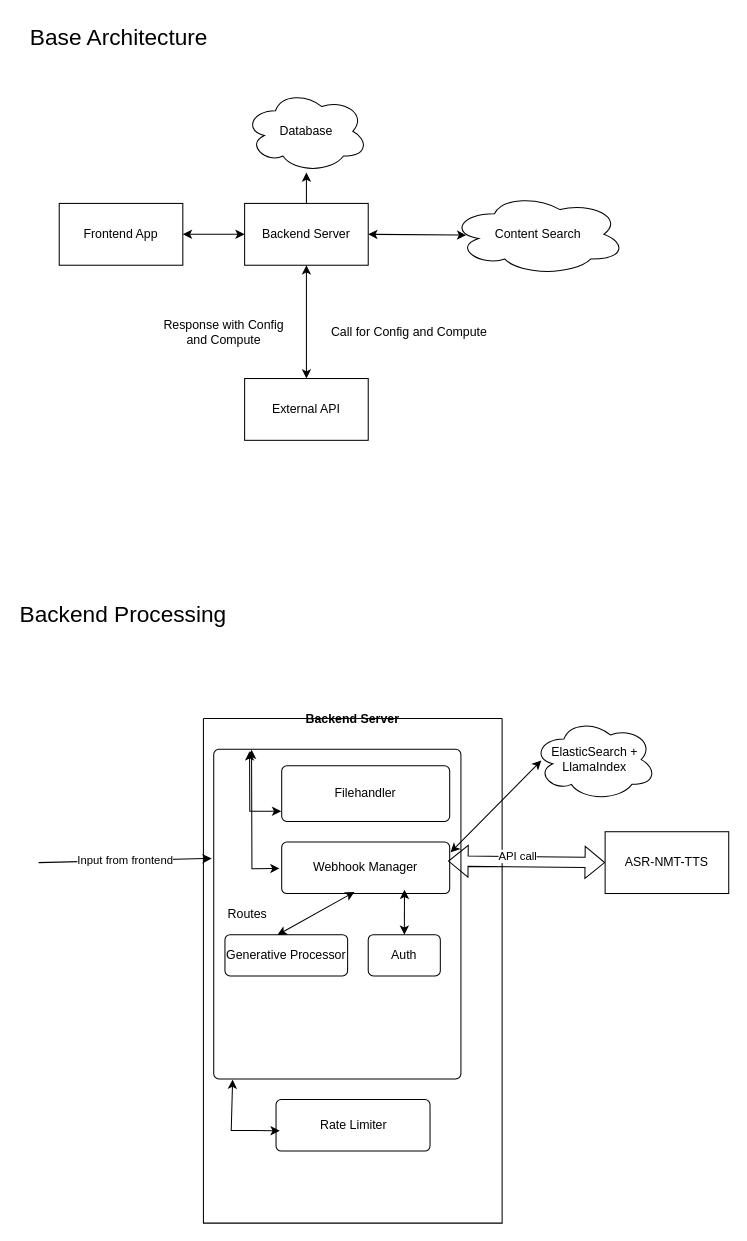
Earlier version of the draw.io diagram System Architecture.drawio (Paas-ai/Counsel). Source tidied: cells renumbered, new cells numbered last; positions are measured from the earlier drawing's top-left corner, leaving out a move shared by most shapes. Both pictures are drawn from the tidied source at 103%, with x=0, y=0 at pixel (18, 18).
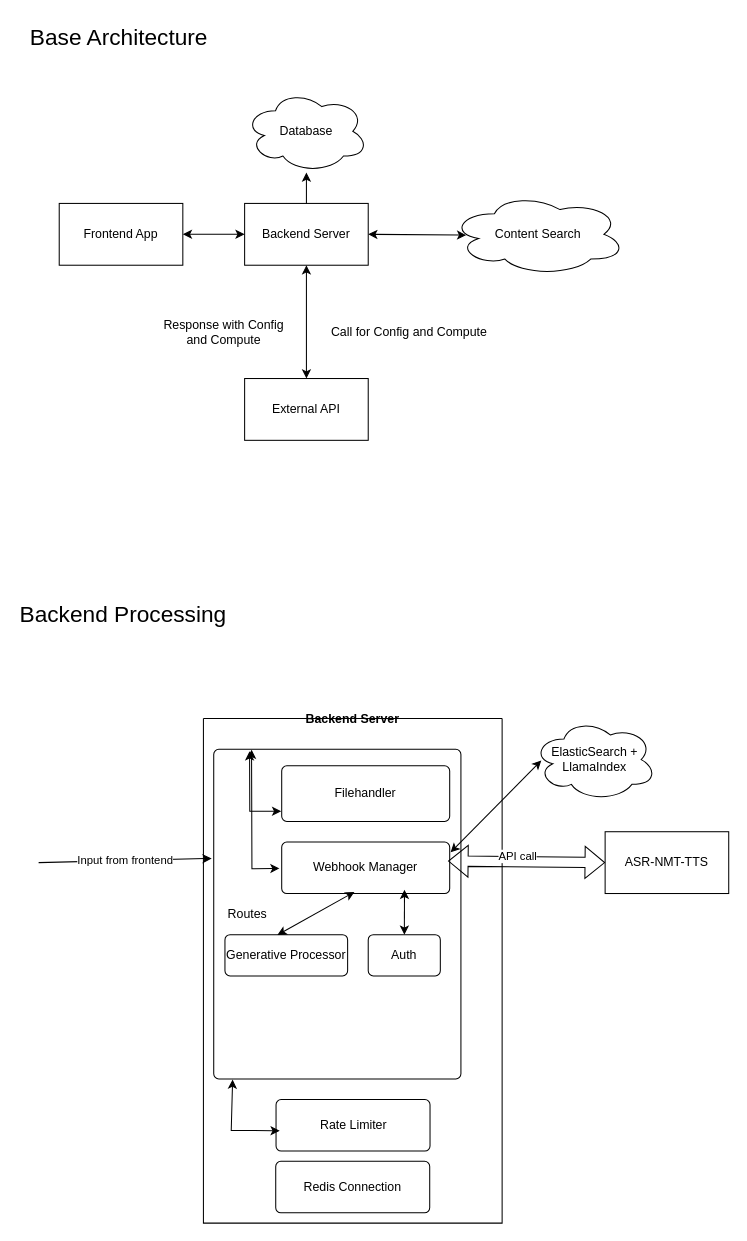
After the change.

The change refers to these unchanged cells:
```xml
<mxCell id="15" value="Backend Server" style="swimlane;startSize=0;" parent="1" vertex="1">
  <mxGeometry x="180" y="680" width="290" height="490" as="geometry" />
</mxCell>
```

The edit, as a diff of the source:
```diff
@@
+    <mxCell id="34" value="Redis Connection" style="rounded=1;absoluteArcSize=1;html=1;arcSize=10;whiteSpace=wrap;strokeColor=inherit;fillColor=inherit;" parent="15" vertex="1">
+      <mxGeometry x="70.2" y="430" width="149.5" height="50" as="geometry" />
+    </mxCell>
```
